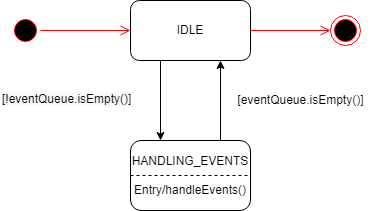
This is Iteration_2_State_Diagram_Scheduler.png from aelsammak/ElevatorSystem, a draw.io export, as it was before one commit. Source tidied: cells renumbered, new cells last; positions are measured from the earlier drawing's top-left corner, leaving out a move shared by most shapes.
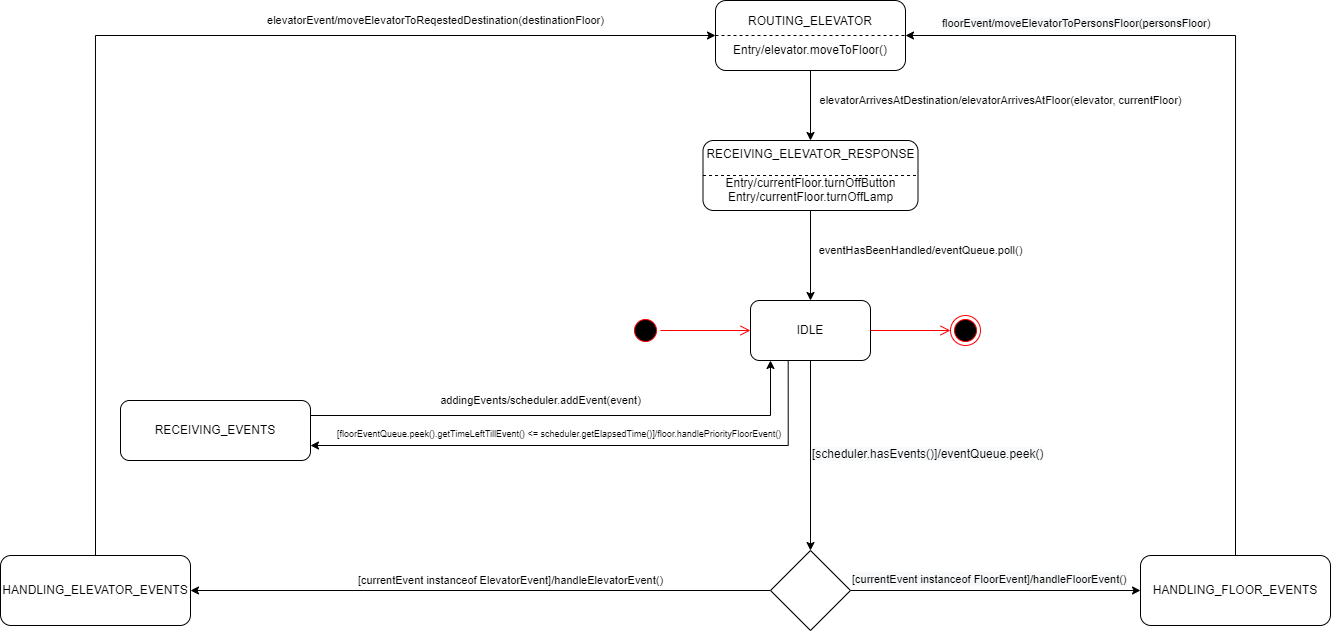
After the change.

Change to the diagram source:
```diff
@@ -2,11 +2,20 @@
   <root>
     <mxCell id="0" />
     <mxCell id="1" parent="0" />
+    <mxCell id="13" style="edgeStyle=orthogonalEdgeStyle;rounded=0;jettySize=auto;html=1;exitX=0.5;exitY=1;exitDx=0;exitDy=0;entryX=0.5;entryY=0;entryDx=0;entryDy=0;" parent="1" edge="1" source="2" target="20">
+      <mxGeometry relative="1" as="geometry" />
+    </mxCell>
+    <mxCell id="14" style="edgeStyle=orthogonalEdgeStyle;rounded=0;jettySize=auto;html=1;exitX=0.314;exitY=0.991;exitDx=0;exitDy=0;entryX=1;entryY=0.75;entryDx=0;entryDy=0;fontSize=11;exitPerimeter=0;" parent="1" edge="1" source="2" target="34">
+      <mxGeometry relative="1" as="geometry" />
+    </mxCell>
     <mxCell id="2" value="IDLE" style="rounded=1;whiteSpace=wrap;html=1;" parent="1" vertex="1">
       <mxGeometry x="130" width="120" height="60" as="geometry" />
     </mxCell>
+    <mxCell id="15" style="edgeStyle=orthogonalEdgeStyle;rounded=0;jettySize=auto;html=1;exitX=0.5;exitY=0;exitDx=0;exitDy=0;entryX=0;entryY=0.5;entryDx=0;entryDy=0;fontSize=11;" parent="1" edge="1" source="3" target="24">
+      <mxGeometry relative="1" as="geometry" />
+    </mxCell>
-    <mxCell id="3" value="HANDLING_EVENTS&lt;br&gt;&lt;br&gt;Entry/handleEvents()" style="rounded=1;whiteSpace=wrap;html=1;" parent="1" vertex="1">
-      <mxGeometry x="130" y="140" width="120" height="70" as="geometry" />
+    <mxCell id="3" value="HANDLING_ELEVATOR_EVENTS" style="rounded=1;whiteSpace=wrap;html=1;" parent="1" vertex="1">
+      <mxGeometry x="-620" y="255" width="190" height="70" as="geometry" />
     </mxCell>
     <mxCell id="4" style="ellipse;html=1;shape=startState;fillColor=#000000;strokeColor=#ff0000;" parent="1" vertex="1">
       <mxGeometry x="10" y="15" width="30" height="30" as="geometry" />
@@ -16,17 +25,8 @@
         <mxPoint x="130" y="30" as="targetPoint" />
       </mxGeometry>
     </mxCell>
-    <mxCell id="6" style="endArrow=classic;html=1;rounded=0;entryX=0.25;entryY=0;entryDx=0;entryDy=0;exitX=0.25;exitY=1;exitDx=0;exitDy=0;" parent="1" edge="1" source="2" target="3">
-      <mxGeometry relative="1" as="geometry" />
-    </mxCell>
-    <mxCell id="7" style="endArrow=classic;html=1;rounded=0;entryX=0.75;entryY=1;entryDx=0;entryDy=0;exitX=0.75;exitY=0;exitDx=0;exitDy=0;" parent="1" edge="1" source="3" target="2">
-      <mxGeometry relative="1" as="geometry" />
-    </mxCell>
-    <mxCell id="8" value="&lt;span style=&quot;font-family: &amp;#34;helvetica&amp;#34;&quot;&gt;[eventQueue.isEmpty()]&lt;/span&gt;" style="text;html=1;align=center;verticalAlign=middle;strokeColor=none;fillColor=none;" parent="1" vertex="1">
-      <mxGeometry x="230" y="90" width="140" height="20" as="geometry" />
-    </mxCell>
-    <mxCell id="9" value="&lt;span style=&quot;color: rgb(0 , 0 , 0) ; font-family: &amp;#34;helvetica&amp;#34; ; font-size: 12px ; font-style: normal ; font-weight: 400 ; letter-spacing: normal ; text-align: center ; text-indent: 0px ; text-transform: none ; word-spacing: 0px ; background-color: rgb(248 , 249 , 250) ; display: inline ; float: none&quot;&gt;[!eventQueue.isEmpty()]&lt;br&gt;&lt;br&gt;&lt;/span&gt;" style="text;whiteSpace=wrap;html=1;" parent="1" vertex="1">
-      <mxGeometry y="85" width="140" height="30" as="geometry" />
+    <mxCell id="9" value="&lt;span style=&quot;color: rgb(0 , 0 , 0) ; font-family: &amp;#34;helvetica&amp;#34; ; font-size: 12px ; font-style: normal ; font-weight: 400 ; letter-spacing: normal ; text-align: center ; text-indent: 0px ; text-transform: none ; word-spacing: 0px ; background-color: rgb(248 , 249 , 250) ; display: inline ; float: none&quot;&gt;[scheduler.hasEvents()]/eventQueue.peek()&lt;br&gt;&lt;br&gt;&lt;/span&gt;" style="text;whiteSpace=wrap;html=1;" parent="1" vertex="1">
+      <mxGeometry x="190" y="140" width="140" height="30" as="geometry" />
     </mxCell>
     <mxCell id="10" style="ellipse;html=1;shape=endState;fillColor=#000000;strokeColor=#ff0000;" parent="1" vertex="1">
       <mxGeometry x="330" y="15" width="30" height="30" as="geometry" />
@@ -34,8 +34,70 @@
     <mxCell id="11" style="edgeStyle=orthogonalEdgeStyle;html=1;verticalAlign=bottom;endArrow=open;endSize=8;strokeColor=#ff0000;rounded=0;exitX=1;exitY=0.5;exitDx=0;exitDy=0;entryX=0;entryY=0.5;entryDx=0;entryDy=0;" parent="1" edge="1" source="2" target="10">
       <mxGeometry relative="1" as="geometry" />
     </mxCell>
-    <mxCell id="12" style="endArrow=none;dashed=1;html=1;rounded=0;entryX=1;entryY=0.5;entryDx=0;entryDy=0;exitX=0;exitY=0.5;exitDx=0;exitDy=0;" parent="1" edge="1" source="3" target="3">
-      <mxGeometry relative="1" as="geometry" />
-    </mxCell>
+    <mxCell id="16" style="edgeStyle=orthogonalEdgeStyle;rounded=0;jettySize=auto;html=1;exitX=0.5;exitY=0;exitDx=0;exitDy=0;entryX=1;entryY=0.5;entryDx=0;entryDy=0;fontSize=11;" parent="1" edge="1" source="17" target="24">
+      <mxGeometry relative="1" as="geometry" />
+    </mxCell>
+    <mxCell id="17" value="HANDLING_FLOOR_EVENTS" style="rounded=1;whiteSpace=wrap;html=1;" parent="1" vertex="1">
+      <mxGeometry x="520" y="255" width="190" height="70" as="geometry" />
+    </mxCell>
+    <mxCell id="18" style="edgeStyle=orthogonalEdgeStyle;rounded=0;jettySize=auto;html=1;" parent="1" edge="1" source="20" target="3">
+      <mxGeometry relative="1" as="geometry" />
+    </mxCell>
+    <mxCell id="19" style="edgeStyle=orthogonalEdgeStyle;rounded=0;jettySize=auto;html=1;exitX=1;exitY=0.5;exitDx=0;exitDy=0;entryX=0;entryY=0.5;entryDx=0;entryDy=0;" parent="1" edge="1" source="20" target="17">
+      <mxGeometry relative="1" as="geometry" />
+    </mxCell>
+    <mxCell id="20" style="rhombus;whiteSpace=wrap;html=1;" parent="1" vertex="1">
+      <mxGeometry x="150" y="250" width="80" height="80" as="geometry" />
+    </mxCell>
+    <mxCell id="21" value="&lt;font style=&quot;font-size: 11px&quot;&gt;[currentEvent instanceof ElevatorEvent]/handleElevatorEvent()&lt;/font&gt;" style="text;html=1;align=center;verticalAlign=middle;strokeColor=none;fillColor=none;" parent="1" vertex="1">
+      <mxGeometry x="-270" y="270" width="320" height="20" as="geometry" />
+    </mxCell>
+    <mxCell id="22" value="&lt;span style=&quot;color: rgb(0 , 0 , 0) ; font-family: &amp;#34;helvetica&amp;#34; ; font-style: normal ; font-weight: 400 ; letter-spacing: normal ; text-align: center ; text-indent: 0px ; text-transform: none ; word-spacing: 0px ; background-color: rgb(248 , 249 , 250) ; display: inline ; float: none&quot;&gt;&lt;font style=&quot;font-size: 11px&quot;&gt;[currentEvent instanceof FloorEvent]/handleFloorEvent()&lt;/font&gt;&lt;/span&gt;" style="text;whiteSpace=wrap;html=1;" parent="1" vertex="1">
+      <mxGeometry x="230" y="265" width="340" height="30" as="geometry" />
+    </mxCell>
+    <mxCell id="23" style="edgeStyle=orthogonalEdgeStyle;rounded=0;jettySize=auto;html=1;fontSize=11;" parent="1" edge="1" source="24" target="29">
+      <mxGeometry relative="1" as="geometry" />
+    </mxCell>
+    <mxCell id="24" value="ROUTING_ELEVATOR&lt;br&gt;&lt;br&gt;Entry/elevator.moveToFloor()" style="rounded=1;whiteSpace=wrap;html=1;" parent="1" vertex="1">
+      <mxGeometry x="95" y="-300" width="190" height="70" as="geometry" />
+    </mxCell>
+    <mxCell id="25" value="elevatorEvent/moveElevatorToReqestedDestination(destinationFloor)" style="text;html=1;align=center;verticalAlign=middle;strokeColor=none;fillColor=none;fontSize=11;" parent="1" vertex="1">
+      <mxGeometry x="-360" y="-290" width="350" height="20" as="geometry" />
+    </mxCell>
+    <mxCell id="26" value="&lt;span style=&quot;color: rgb(0 , 0 , 0) ; font-family: &amp;#34;helvetica&amp;#34; ; font-size: 11px ; font-style: normal ; font-weight: 400 ; letter-spacing: normal ; text-align: center ; text-indent: 0px ; text-transform: none ; word-spacing: 0px ; background-color: rgb(248 , 249 , 250) ; display: inline ; float: none&quot;&gt;floorEvent/moveElevatorToPersonsFloor(persons&lt;span style=&quot;font-family: &amp;#34;helvetica&amp;#34;&quot;&gt;Floor)&lt;/span&gt;&lt;br&gt;&lt;/span&gt;" style="text;whiteSpace=wrap;html=1;fontSize=11;" parent="1" vertex="1">
+      <mxGeometry x="320" y="-290" width="280" height="30" as="geometry" />
+    </mxCell>
+    <mxCell id="27" style="endArrow=none;dashed=1;html=1;rounded=0;fontSize=11;entryX=1;entryY=0.5;entryDx=0;entryDy=0;exitX=0;exitY=0.5;exitDx=0;exitDy=0;" parent="1" edge="1" source="24" target="24">
+      <mxGeometry relative="1" as="geometry" />
+    </mxCell>
+    <mxCell id="28" style="edgeStyle=orthogonalEdgeStyle;rounded=0;jettySize=auto;html=1;fontSize=11;" parent="1" edge="1" source="29" target="2">
+      <mxGeometry relative="1" as="geometry" />
+    </mxCell>
+    <mxCell id="29" value="RECEIVING_ELEVATOR_RESPONSE&lt;br&gt;&lt;br&gt;Entry/currentFloor.turnOffButton&lt;br&gt;Entry/currentFloor.turnOffLamp" style="rounded=1;whiteSpace=wrap;html=1;" parent="1" vertex="1">
+      <mxGeometry x="82.5" y="-160" width="215" height="70" as="geometry" />
+    </mxCell>
+    <mxCell id="30" value="elevatorArrivesAtDestination/elevatorArrivesAtFloor(elevator, currentFloor)" style="text;html=1;align=center;verticalAlign=middle;strokeColor=none;fillColor=none;fontSize=11;" parent="1" vertex="1">
+      <mxGeometry x="190" y="-210" width="380" height="20" as="geometry" />
+    </mxCell>
+    <mxCell id="31" style="endArrow=none;dashed=1;html=1;rounded=0;fontSize=11;exitX=0;exitY=0.5;exitDx=0;exitDy=0;entryX=1;entryY=0.5;entryDx=0;entryDy=0;" parent="1" edge="1" source="29" target="29">
+      <mxGeometry relative="1" as="geometry" />
+    </mxCell>
+    <mxCell id="32" value="eventHasBeenHandled/eventQueue.poll()" style="text;html=1;align=center;verticalAlign=middle;strokeColor=none;fillColor=none;fontSize=11;" parent="1" vertex="1">
+      <mxGeometry x="190" y="-60" width="220" height="20" as="geometry" />
+    </mxCell>
+    <mxCell id="33" style="edgeStyle=orthogonalEdgeStyle;rounded=0;jettySize=auto;html=1;exitX=1;exitY=0.25;exitDx=0;exitDy=0;fontSize=11;" parent="1" edge="1" source="34">
+      <mxGeometry relative="1" as="geometry">
+        <mxPoint x="150" y="60" as="targetPoint" />
+      </mxGeometry>
+    </mxCell>
+    <mxCell id="34" value="RECEIVING_EVENTS" style="rounded=1;whiteSpace=wrap;html=1;" parent="1" vertex="1">
+      <mxGeometry x="-500" y="100" width="190" height="60" as="geometry" />
+    </mxCell>
+    <mxCell id="35" value="&lt;font style=&quot;font-size: 9px&quot;&gt;[floorEventQueue.peek().getTimeLeftTillEvent() &amp;lt;= scheduler.getElapsedTime()]/floor.handlePriorityFloorEvent()&lt;/font&gt;" style="text;whiteSpace=wrap;html=1;fontSize=11;" parent="1" vertex="1">
+      <mxGeometry x="-285" y="120" width="550" height="40" as="geometry" />
+    </mxCell>
+    <mxCell id="36" value="&lt;font style=&quot;font-size: 11px&quot;&gt;addingEvents/scheduler.addEvent(event)&lt;/font&gt;" style="text;html=1;align=center;verticalAlign=middle;strokeColor=none;fillColor=none;fontSize=9;" parent="1" vertex="1">
+      <mxGeometry x="-190" y="90" width="220" height="20" as="geometry" />
+    </mxCell>
   </root>
 </mxGraphModel>
```
